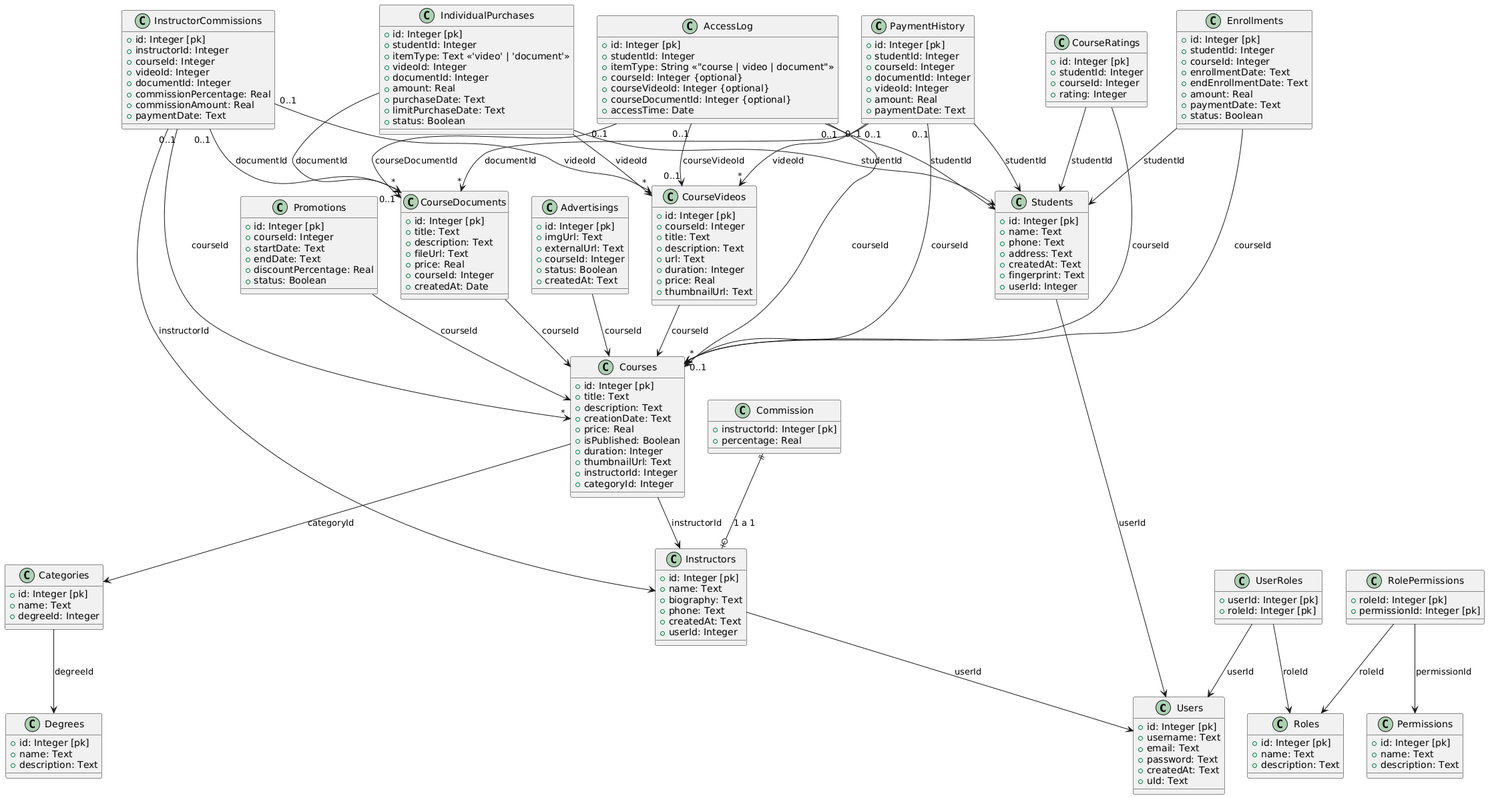
The PlantUML diagram db_classes/inprosur_clases.png in inprosur/inprosur_api, before a commit.
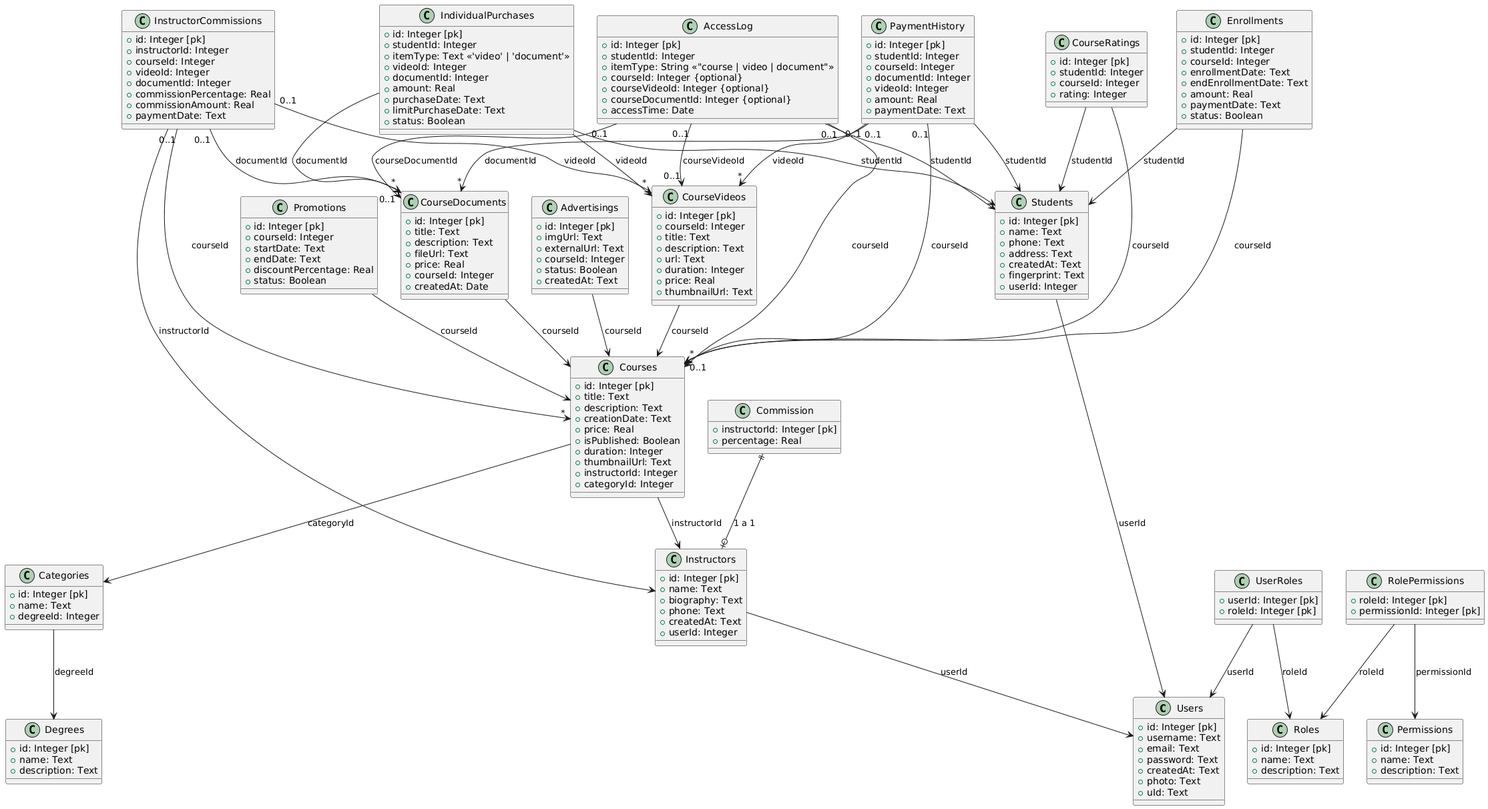
The same file after the commit.

Commit message:
feat: add photo attribute to Users class in UML diagram

Diff of the diagram source:
```diff
@@ -5,6 +5,7 @@
   + email: Text
   + password: Text
   + createdAt: Text
+  + photo: Text
   + uId: Text
 }
 
```
